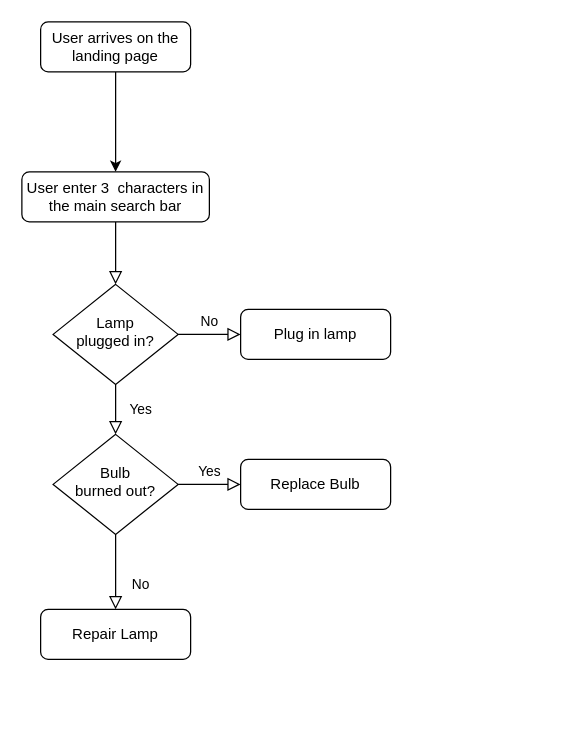
The draw.io diagram Les_petits_plats.drawio in Courleciel/Les-petits-plats, before the edit. Source tidied: cells renumbered, new cells numbered last; positions are measured from the earlier drawing's top-left corner, leaving out a move shared by most shapes. Both pictures are drawn from the tidied source at 125%, with x=0, y=0 at pixel (21, 21).
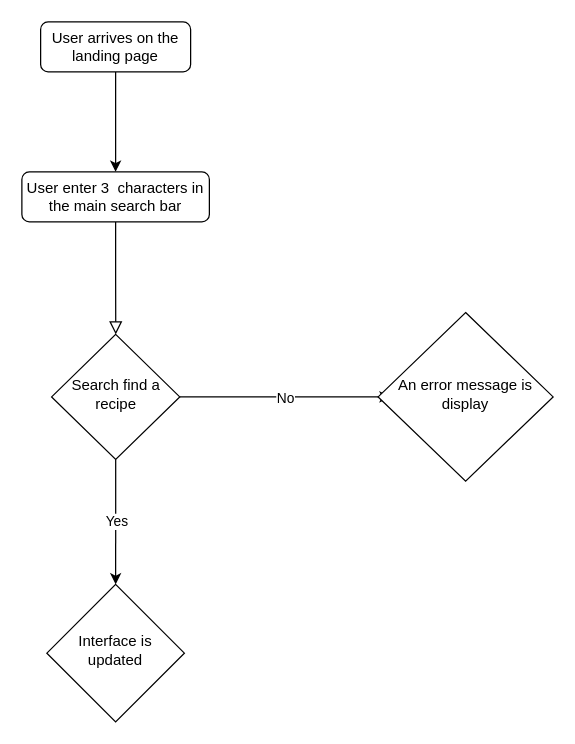
The same diagram, later.

Commit message (it also covers changes not shown here):
Mettre à jour Les_petits_plats.drawio

Diff of the diagram source:
```diff
@@
 <mxGraphModel>
   <root>
     <mxCell id="0" />
     <mxCell id="1" parent="0" />
     <mxCell id="2" style="rounded=0;html=1;jettySize=auto;fontSize=11;endArrow=block;endFill=0;endSize=8;strokeWidth=1;shadow=0;labelBackgroundColor=none;edgeStyle=orthogonalEdgeStyle;" parent="1" edge="1" source="3" target="6">
       <mxGeometry relative="1" as="geometry" />
     </mxCell>
     <mxCell id="3" value="User enter 3&amp;nbsp; characters in the main search bar" style="rounded=1;whiteSpace=wrap;html=1;fontSize=12;glass=0;strokeWidth=1;shadow=0;" parent="1" vertex="1">
       <mxGeometry y="120" width="150" height="40" as="geometry" />
     </mxCell>
-    <mxCell id="4" value="Yes" style="rounded=0;html=1;jettySize=auto;fontSize=11;endArrow=block;endFill=0;endSize=8;strokeWidth=1;shadow=0;labelBackgroundColor=none;edgeStyle=orthogonalEdgeStyle;" parent="1" edge="1" source="6" target="10">
-      <mxGeometry y="20" relative="1" as="geometry" />
-    </mxCell>
-    <mxCell id="5" value="No" style="edgeStyle=orthogonalEdgeStyle;rounded=0;html=1;jettySize=auto;fontSize=11;endArrow=block;endFill=0;endSize=8;strokeWidth=1;shadow=0;labelBackgroundColor=none;" parent="1" edge="1" source="6" target="7">
-      <mxGeometry y="10" relative="1" as="geometry" />
-    </mxCell>
-    <mxCell id="6" value="Lamp&lt;br&gt;plugged in?" style="rhombus;whiteSpace=wrap;html=1;shadow=0;fontFamily=Helvetica;fontSize=12;align=center;strokeWidth=1;spacing=6;spacingTop=-4;" parent="1" vertex="1">
-      <mxGeometry x="25" y="210" width="100" height="80" as="geometry" />
+    <mxCell id="6" value="Search find a recipe" style="rhombus;whiteSpace=wrap;html=1;shadow=0;fontFamily=Helvetica;fontSize=12;align=center;strokeWidth=1;spacing=6;spacingTop=-4;" parent="1" vertex="1">
+      <mxGeometry x="23.8" y="250" width="102.5" height="100" as="geometry" />
     </mxCell>
-    <mxCell id="7" value="Plug in lamp" style="rounded=1;whiteSpace=wrap;html=1;fontSize=12;glass=0;strokeWidth=1;shadow=0;" parent="1" vertex="1">
-      <mxGeometry x="175" y="230" width="120" height="40" as="geometry" />
-    </mxCell>
-    <mxCell id="8" value="No" style="rounded=0;html=1;jettySize=auto;fontSize=11;endArrow=block;endFill=0;endSize=8;strokeWidth=1;shadow=0;labelBackgroundColor=none;edgeStyle=orthogonalEdgeStyle;" parent="1" edge="1" source="10" target="11">
-      <mxGeometry x="0.33" y="20" relative="1" as="geometry" />
-    </mxCell>
-    <mxCell id="9" value="Yes" style="edgeStyle=orthogonalEdgeStyle;rounded=0;html=1;jettySize=auto;fontSize=11;endArrow=block;endFill=0;endSize=8;strokeWidth=1;shadow=0;labelBackgroundColor=none;" parent="1" edge="1" source="10" target="12">
-      <mxGeometry y="10" relative="1" as="geometry" />
-    </mxCell>
-    <mxCell id="10" value="Bulb&lt;br&gt;burned out?" style="rhombus;whiteSpace=wrap;html=1;shadow=0;fontFamily=Helvetica;fontSize=12;align=center;strokeWidth=1;spacing=6;spacingTop=-4;" parent="1" vertex="1">
-      <mxGeometry x="25" y="330" width="100" height="80" as="geometry" />
+    <mxCell id="10" value="Interface is updated" style="rhombus;whiteSpace=wrap;html=1;shadow=0;fontFamily=Helvetica;fontSize=12;align=center;strokeWidth=1;spacing=6;spacingTop=-4;" parent="1" vertex="1">
+      <mxGeometry x="20" y="450" width="110" height="110" as="geometry" />
     </mxCell>
-    <mxCell id="11" value="Repair Lamp" style="rounded=1;whiteSpace=wrap;html=1;fontSize=12;glass=0;strokeWidth=1;shadow=0;" parent="1" vertex="1">
-      <mxGeometry x="15" y="470" width="120" height="40" as="geometry" />
-    </mxCell>
-    <mxCell id="12" value="Replace Bulb" style="rounded=1;whiteSpace=wrap;html=1;fontSize=12;glass=0;strokeWidth=1;shadow=0;" parent="1" vertex="1">
-      <mxGeometry x="175" y="350" width="120" height="40" as="geometry" />
-    </mxCell>
     <mxCell id="13" value="User arrives on the landing page" style="rounded=1;whiteSpace=wrap;html=1;fontSize=12;glass=0;strokeWidth=1;shadow=0;" parent="1" vertex="1">
       <mxGeometry x="15" width="120" height="40" as="geometry" />
     </mxCell>
     <mxCell id="14" style="endArrow=classic;html=1;rounded=0;exitX=0.5;exitY=1;exitDx=0;exitDy=0;entryX=0.5;entryY=0;entryDx=0;entryDy=0;" parent="1" edge="1" source="13" target="3">
       <mxGeometry relative="1" as="geometry" />
     </mxCell>
+    <mxCell id="4" style="endArrow=classic;html=1;rounded=0;exitX=0.5;exitY=1;exitDx=0;exitDy=0;" parent="1" edge="1" source="6" target="10">
+      <mxGeometry relative="1" as="geometry" />
+    </mxCell>
+    <mxCell id="15" value="Yes" style="edgeLabel;html=1;align=center;verticalAlign=middle;" parent="4" vertex="1">
+      <mxGeometry relative="1" as="geometry" />
+    </mxCell>
+    <mxCell id="16" style="endArrow=classic;html=1;rounded=0;exitX=1;exitY=0.5;exitDx=0;exitDy=0;" parent="1" edge="1" source="6">
+      <mxGeometry relative="1" as="geometry">
+        <mxPoint x="295" y="300" as="targetPoint" />
+      </mxGeometry>
+    </mxCell>
+    <mxCell id="17" value="No" style="edgeLabel;html=1;align=center;verticalAlign=middle;" parent="16" vertex="1">
+      <mxGeometry relative="1" as="geometry" />
+    </mxCell>
+    <mxCell id="18" value="An error message is display" style="rhombus;whiteSpace=wrap;html=1;shadow=0;fontFamily=Helvetica;fontSize=12;align=center;strokeWidth=1;spacing=6;spacingTop=-4;" parent="1" vertex="1">
+      <mxGeometry x="285" y="232.5" width="140" height="135" as="geometry" />
+    </mxCell>
   </root>
 </mxGraphModel>
```
